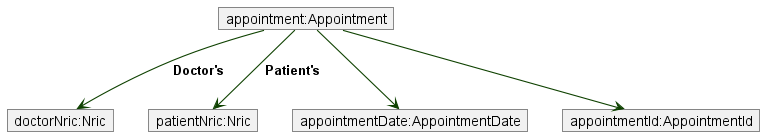
alfaloo/tp keeps this PlantUML diagram as docs/images/AppointmentObjectDiagram.png. Above is the earlier version. Source of this version:
```plantuml
@startuml
!include style.puml
skinparam arrowThickness 1.1
skinparam arrowColor UI_COLOR_T4
skinparam classBackgroundColor UI_COLOR

object "appointment:Appointment" as appointment
object "doctorNric:Nric" as doctorNric
object "patientNric:Nric" as patientNric
object "appointmentDate:AppointmentDate" as appointmentDate
object "appointmentId:AppointmentId" as appointmentId


appointment -down-> doctorNric : Doctor's\t
appointment -down-> patientNric : Patient's\t
appointment -down-> appointmentDate
appointment -down-> appointmentId


@enduml
```
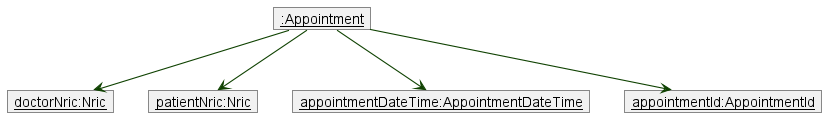
The same diagram one commit later.

What changed in the source:
```diff
@@ -4,15 +4,15 @@
 skinparam arrowColor UI_COLOR_T4
 skinparam classBackgroundColor UI_COLOR
 
-object "appointment:Appointment" as appointment
-object "doctorNric:Nric" as doctorNric
-object "patientNric:Nric" as patientNric
-object "appointmentDate:AppointmentDate" as appointmentDate
-object "appointmentId:AppointmentId" as appointmentId
+object "__:Appointment__" as appointment
+object "__doctorNric:Nric__" as doctorNric
+object "__patientNric:Nric__" as patientNric
+object "__appointmentDateTime:AppointmentDateTime__" as appointmentDate
+object "__appointmentId:AppointmentId__" as appointmentId
 
 
-appointment -down-> doctorNric : Doctor's\t
-appointment -down-> patientNric : Patient's\t
+appointment -down-> doctorNric
+appointment -down-> patientNric
 appointment -down-> appointmentDate
 appointment -down-> appointmentId
 
```
